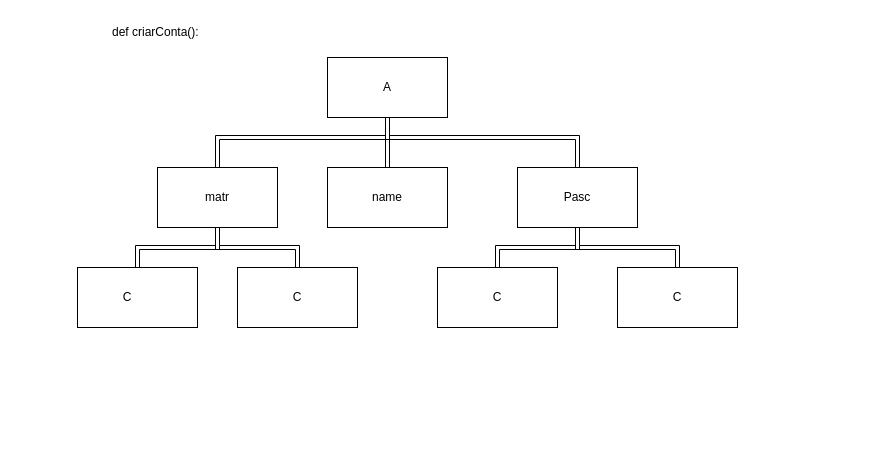
Above: 17_modular.drawio in livramos/Modelagem-de-Dados- (draw.io), before the change. Source tidied: cells renumbered, new cells numbered last; positions are measured from the earlier drawing's top-left corner, leaving out a move shared by most shapes. Both pictures are drawn from the tidied source at 100%, with x=0, y=0 at pixel (77, 17).
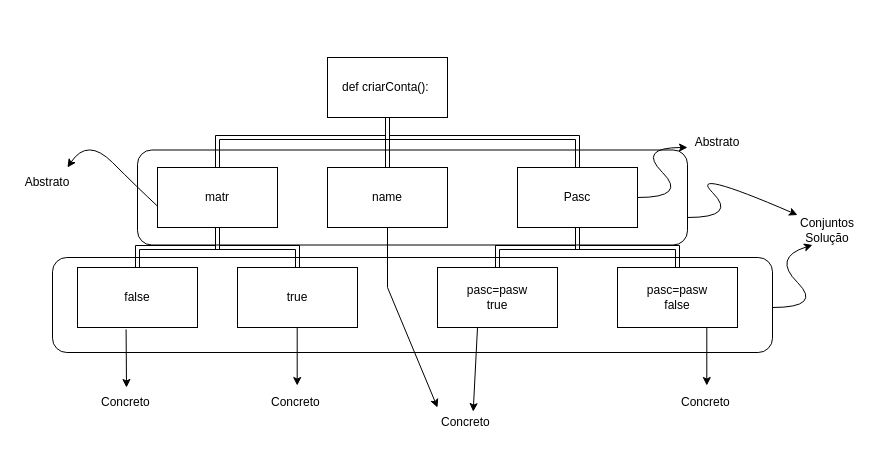
After the change.

Unchanged cells that the change refers to:
```xml
<mxCell id="9" style="rounded=0;whiteSpace=wrap;html=1;" parent="1" vertex="1">
  <mxGeometry x="80" y="150" width="120" height="60" as="geometry" />
</mxCell>
<mxCell id="13" style="rounded=0;whiteSpace=wrap;html=1;" parent="1" vertex="1">
  <mxGeometry x="250" y="150" width="120" height="60" as="geometry" />
</mxCell>
<mxCell id="14" style="rounded=0;whiteSpace=wrap;html=1;" parent="1" vertex="1">
  <mxGeometry y="250" width="120" height="60" as="geometry" />
</mxCell>
```

Diff of the diagram source:
```diff
@@
+    <mxCell id="26" style="rounded=1;whiteSpace=wrap;html=1;strokeColor=light-dark(#000000,#CC0000);" parent="1" vertex="1">
+      <mxGeometry x="-25" y="240" width="720" height="95" as="geometry" />
+    </mxCell>
+    <mxCell id="27" style="rounded=1;whiteSpace=wrap;html=1;strokeColor=light-dark(#000000,#CC0000);" parent="1" vertex="1">
+      <mxGeometry x="60" y="132.5" width="550" height="95" as="geometry" />
+    </mxCell>
@@
     <mxCell id="6" value="def criarConta():&amp;nbsp;" style="text;html=1;align=center;verticalAlign=middle;whiteSpace=wrap;rounded=0;" parent="1" vertex="1">
-      <mxGeometry x="10" width="140" height="30" as="geometry" />
+      <mxGeometry x="240" y="55" width="140" height="30" as="geometry" />
     </mxCell>
@@
-    <mxCell id="19" value="C" style="text;html=1;align=center;verticalAlign=middle;whiteSpace=wrap;rounded=0;" parent="1" vertex="1">
-      <mxGeometry x="20" y="265" width="60" height="30" as="geometry" />
+    <mxCell id="19" value="false" style="text;html=1;align=center;verticalAlign=middle;whiteSpace=wrap;rounded=0;" parent="1" vertex="1">
+      <mxGeometry x="30" y="265" width="60" height="30" as="geometry" />
     </mxCell>
-    <mxCell id="20" value="C" style="text;html=1;align=center;verticalAlign=middle;whiteSpace=wrap;rounded=0;" parent="1" vertex="1">
+    <mxCell id="20" value="true" style="text;html=1;align=center;verticalAlign=middle;whiteSpace=wrap;rounded=0;" parent="1" vertex="1">
       <mxGeometry x="190" y="265" width="60" height="30" as="geometry" />
     </mxCell>
-    <mxCell id="21" value="C" style="text;html=1;align=center;verticalAlign=middle;whiteSpace=wrap;rounded=0;" parent="1" vertex="1">
+    <mxCell id="21" value="pasc=pasw&lt;br&gt;true" style="text;html=1;align=center;verticalAlign=middle;whiteSpace=wrap;rounded=0;" parent="1" vertex="1">
       <mxGeometry x="390" y="265" width="60" height="30" as="geometry" />
     </mxCell>
-    <mxCell id="22" value="C" style="text;html=1;align=center;verticalAlign=middle;whiteSpace=wrap;rounded=0;" parent="1" vertex="1">
+    <mxCell id="22" style="text;html=1;align=center;verticalAlign=middle;whiteSpace=wrap;rounded=0;" parent="1" vertex="1">
       <mxGeometry x="570" y="265" width="60" height="30" as="geometry" />
     </mxCell>
@@
-    <mxCell id="25" value="A" style="text;html=1;align=center;verticalAlign=middle;whiteSpace=wrap;rounded=0;" parent="1" vertex="1">
-      <mxGeometry x="280" y="55" width="60" height="30" as="geometry" />
-    </mxCell>
+    <mxCell id="28" value="pasc=pasw&lt;br&gt;false" style="text;html=1;align=center;verticalAlign=middle;whiteSpace=wrap;rounded=0;" parent="1" vertex="1">
+      <mxGeometry x="570" y="265" width="60" height="30" as="geometry" />
+    </mxCell>
+    <mxCell id="29" style="curved=1;endArrow=classic;html=1;rounded=0;" parent="1" edge="1">
+      <mxGeometry relative="1" as="geometry">
+        <mxPoint x="560" y="180" as="sourcePoint" />
+        <mxPoint x="610" y="130" as="targetPoint" />
+        <Array as="points">
+          <mxPoint x="610" y="180" />
+          <mxPoint x="560" y="130" />
+        </Array>
+      </mxGeometry>
+    </mxCell>
+    <mxCell id="30" style="endArrow=classic;html=1;rounded=0;exitX=0.5;exitY=1;exitDx=0;exitDy=0;entryX=0;entryY=0;entryDx=0;entryDy=0;" parent="1" edge="1" source="13" target="32">
+      <mxGeometry relative="1" as="geometry">
+        <Array as="points">
+          <mxPoint x="310" y="270" />
+        </Array>
+      </mxGeometry>
+    </mxCell>
+    <mxCell id="31" style="curved=1;endArrow=classic;html=1;rounded=0;exitX=0.001;exitY=0.646;exitDx=0;exitDy=0;exitPerimeter=0;" parent="1" edge="1" source="9">
+      <mxGeometry relative="1" as="geometry">
+        <mxPoint x="-10" y="150" as="targetPoint" />
+        <Array as="points">
+          <mxPoint x="60" y="170" />
+          <mxPoint x="10" y="120" />
+        </Array>
+      </mxGeometry>
+    </mxCell>
+    <mxCell id="32" value="Concreto&amp;nbsp;" style="text;html=1;align=center;verticalAlign=middle;whiteSpace=wrap;rounded=0;" parent="1" vertex="1">
+      <mxGeometry x="360" y="390" width="60" height="30" as="geometry" />
+    </mxCell>
+    <mxCell id="33" value="Abstrato" style="text;html=1;align=center;verticalAlign=middle;whiteSpace=wrap;rounded=0;" parent="1" vertex="1">
+      <mxGeometry x="610" y="110" width="60" height="30" as="geometry" />
+    </mxCell>
+    <mxCell id="34" value="Abstrato" style="text;html=1;align=center;verticalAlign=middle;whiteSpace=wrap;rounded=0;" parent="1" vertex="1">
+      <mxGeometry x="-60" y="150" width="60" height="30" as="geometry" />
+    </mxCell>
+    <mxCell id="35" style="endArrow=classic;html=1;rounded=0;exitX=0.405;exitY=1.032;exitDx=0;exitDy=0;exitPerimeter=0;" parent="1" edge="1" source="14">
+      <mxGeometry relative="1" as="geometry">
+        <mxPoint x="49" y="370" as="targetPoint" />
+      </mxGeometry>
+    </mxCell>
+    <mxCell id="36" style="endArrow=classic;html=1;rounded=0;exitX=0.405;exitY=1.032;exitDx=0;exitDy=0;exitPerimeter=0;" parent="1" edge="1">
+      <mxGeometry relative="1" as="geometry">
+        <mxPoint x="219.7" y="310" as="sourcePoint" />
+        <mxPoint x="219.7" y="368" as="targetPoint" />
+      </mxGeometry>
+    </mxCell>
+    <mxCell id="37" style="endArrow=classic;html=1;rounded=0;exitX=0.405;exitY=1.032;exitDx=0;exitDy=0;exitPerimeter=0;" parent="1" edge="1">
+      <mxGeometry relative="1" as="geometry">
+        <mxPoint x="629.3" y="310" as="sourcePoint" />
+        <mxPoint x="629.3" y="368" as="targetPoint" />
+      </mxGeometry>
+    </mxCell>
+    <mxCell id="38" style="endArrow=classic;html=1;rounded=0;exitX=0.405;exitY=1.032;exitDx=0;exitDy=0;exitPerimeter=0;entryX=0.595;entryY=0.137;entryDx=0;entryDy=0;entryPerimeter=0;" parent="1" edge="1" target="32">
+      <mxGeometry relative="1" as="geometry">
+        <mxPoint x="400" y="310" as="sourcePoint" />
+      </mxGeometry>
+    </mxCell>
+    <mxCell id="39" value="Concreto&amp;nbsp;" style="text;html=1;align=center;verticalAlign=middle;whiteSpace=wrap;rounded=0;" parent="1" vertex="1">
+      <mxGeometry x="600" y="370" width="60" height="30" as="geometry" />
+    </mxCell>
+    <mxCell id="40" value="Concreto&amp;nbsp;" style="text;html=1;align=center;verticalAlign=middle;whiteSpace=wrap;rounded=0;" parent="1" vertex="1">
+      <mxGeometry x="190" y="370" width="60" height="30" as="geometry" />
+    </mxCell>
+    <mxCell id="41" value="Concreto&amp;nbsp;" style="text;html=1;align=center;verticalAlign=middle;whiteSpace=wrap;rounded=0;" parent="1" vertex="1">
+      <mxGeometry x="20" y="370" width="60" height="30" as="geometry" />
+    </mxCell>
+    <mxCell id="42" value="Conjuntos Solução" style="text;html=1;align=center;verticalAlign=middle;whiteSpace=wrap;rounded=0;" parent="1" vertex="1">
+      <mxGeometry x="720" y="197.5" width="60" height="30" as="geometry" />
+    </mxCell>
+    <mxCell id="43" style="curved=1;endArrow=classic;html=1;rounded=0;entryX=0;entryY=0;entryDx=0;entryDy=0;" parent="1" edge="1" target="42">
+      <mxGeometry relative="1" as="geometry">
+        <mxPoint x="610" y="200" as="sourcePoint" />
+        <Array as="points">
+          <mxPoint x="660" y="200" />
+          <mxPoint x="610" y="150" />
+        </Array>
+      </mxGeometry>
+    </mxCell>
+    <mxCell id="44" style="curved=1;endArrow=classic;html=1;rounded=0;entryX=0.25;entryY=1;entryDx=0;entryDy=0;" parent="1" edge="1" target="42">
+      <mxGeometry relative="1" as="geometry">
+        <mxPoint x="695" y="290" as="sourcePoint" />
+        <Array as="points">
+          <mxPoint x="745" y="290" />
+          <mxPoint x="695" y="240" />
+        </Array>
+      </mxGeometry>
+    </mxCell>
```
